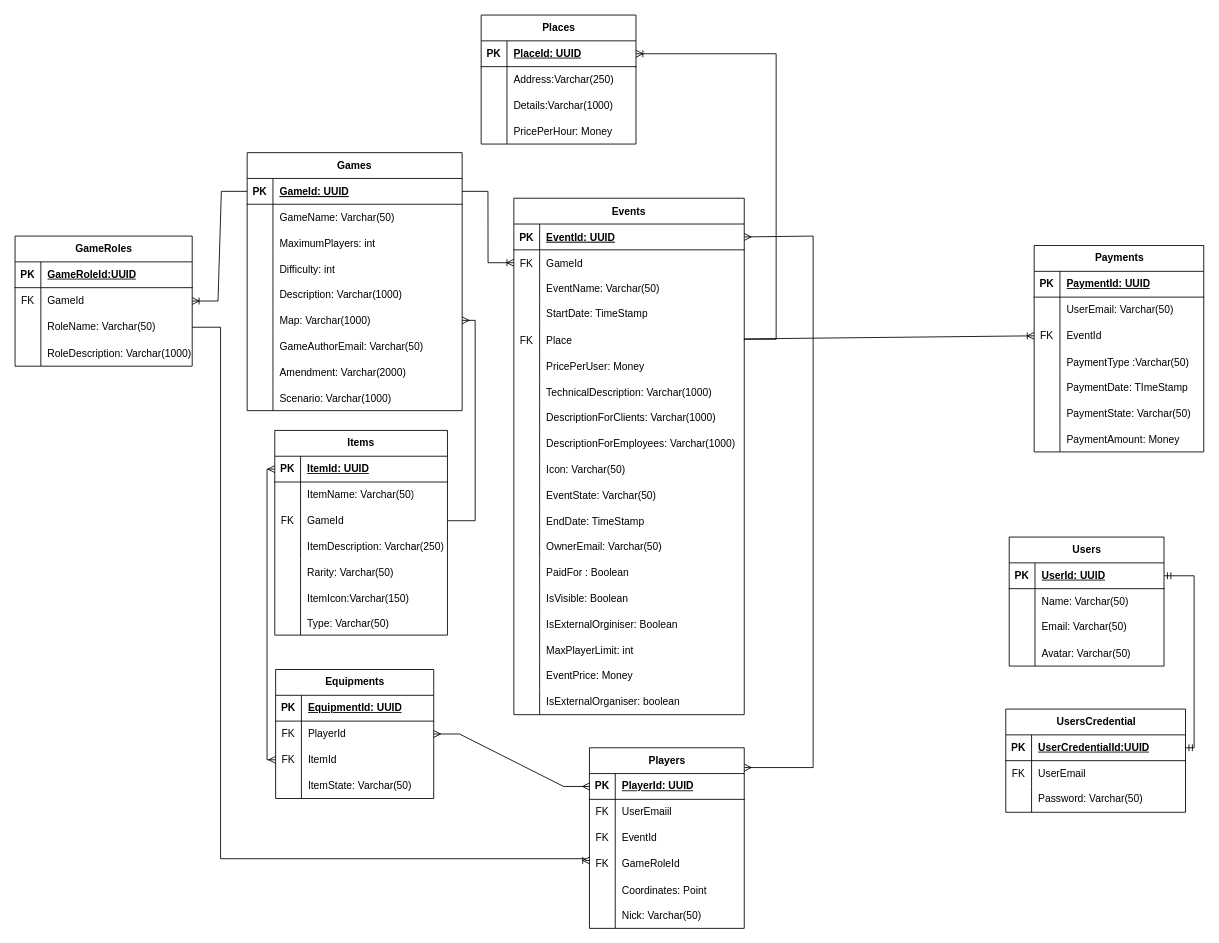
Above: diagrams/ERD.drawio in PO-2023Z/larpex-db (draw.io), before the change. Source tidied: cells renumbered, new cells numbered last; positions are measured from the earlier drawing's top-left corner, leaving out a move shared by most shapes. Both pictures are drawn from the tidied source at 86%, with x=0, y=0 at pixel (15, 15).
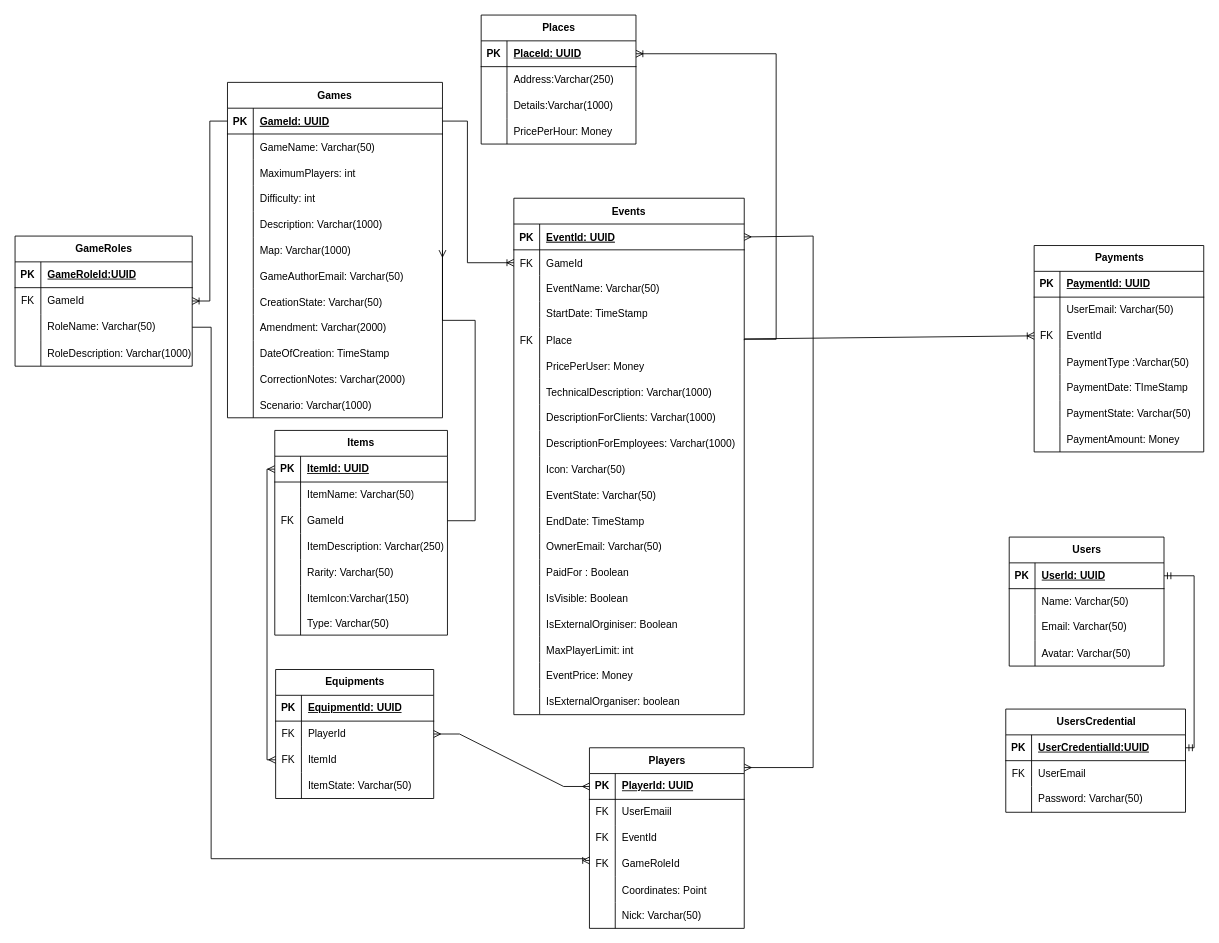
The same page after the edit.

The change refers to these unchanged cells:
```xml
<mxCell id="6" style="shape=partialRectangle;fillColor=none;points=[[0,0.5],[1,0.5]];portConstraint=eastwest;top=0;left=0;right=0;bottom=0;" parent="2" vertex="1">
  <mxGeometry y="60" width="267.9" height="30" as="geometry" />
</mxCell>
<mxCell id="61" style="shape=partialRectangle;fillColor=none;points=[[0,0.5],[1,0.5]];portConstraint=eastwest;top=0;left=0;right=0;bottom=1;" parent="60" vertex="1">
  <mxGeometry y="30" width="250" height="30" as="geometry" />
</mxCell>
<mxCell id="118" style="shape=tableRow;horizontal=0;startSize=0;swimlaneHead=0;swimlaneBody=0;fillColor=none;points=[[0,0.5],[1,0.5]];portConstraint=eastwest;top=0;left=0;right=0;bottom=0;" parent="114" vertex="1">
  <mxGeometry y="60" width="206" height="31" as="geometry" />
</mxCell>
<mxCell id="121" style="shape=tableRow;horizontal=0;startSize=0;swimlaneHead=0;swimlaneBody=0;fillColor=none;points=[[0,0.5],[1,0.5]];portConstraint=eastwest;top=0;left=0;right=0;bottom=0;" parent="114" vertex="1">
  <mxGeometry y="91" width="206" height="30" as="geometry" />
</mxCell>
<mxCell id="137" style="shape=tableRow;horizontal=0;startSize=0;swimlaneHead=0;swimlaneBody=0;fillColor=none;points=[[0,0.5],[1,0.5]];portConstraint=eastwest;top=0;left=0;right=0;bottom=0;" parent="127" vertex="1">
  <mxGeometry y="120" width="180" height="30" as="geometry" />
</mxCell>
```

The edit, as a diff of the source:
```diff
@@
     <mxCell id="60" value="Games" style="shape=table;startSize=30;childLayout=tableLayout;rowLines=0;fontStyle=1;align=center;" parent="1" vertex="1">
-      <mxGeometry x="269.9" y="160" width="250" height="300" as="geometry" />
+      <mxGeometry x="247" y="78.3" width="250" height="390" as="geometry" />
     </mxCell>
@@
+    <mxCell id="225" style="shape=tableRow;horizontal=0;startSize=0;swimlaneHead=0;swimlaneBody=0;fillColor=none;top=0;left=0;right=0;bottom=0;" parent="60" vertex="1">
+      <mxGeometry y="240" width="250" height="30" as="geometry" />
+    </mxCell>
+    <mxCell id="226" style="shape=partialRectangle;fillColor=none;top=0;left=0;bottom=0;right=0;overflow=hidden;" parent="225" vertex="1">
+      <mxGeometry width="30" height="30" as="geometry" />
+    </mxCell>
+    <mxCell id="227" value="CreationState: Varchar(50)" style="shape=partialRectangle;fillColor=none;top=0;left=0;bottom=0;right=0;align=left;spacingLeft=6;overflow=hidden;" parent="225" vertex="1">
+      <mxGeometry x="30" width="220" height="30" as="geometry" />
+    </mxCell>
     <mxCell id="82" style="shape=tableRow;horizontal=0;startSize=0;swimlaneHead=0;swimlaneBody=0;fillColor=none;top=0;left=0;right=0;bottom=0;" parent="60" vertex="1">
-      <mxGeometry y="240" width="250" height="30" as="geometry" />
+      <mxGeometry y="270" width="250" height="30" as="geometry" />
     </mxCell>
@@
+    <mxCell id="228" style="shape=tableRow;horizontal=0;startSize=0;swimlaneHead=0;swimlaneBody=0;fillColor=none;top=0;left=0;right=0;bottom=0;" parent="60" vertex="1">
+      <mxGeometry y="300" width="250" height="30" as="geometry" />
+    </mxCell>
+    <mxCell id="229" style="shape=partialRectangle;fillColor=none;top=0;left=0;bottom=0;right=0;overflow=hidden;" parent="228" vertex="1">
+      <mxGeometry width="30" height="30" as="geometry" />
+    </mxCell>
+    <mxCell id="230" value="DateOfCreation: TimeStamp" style="shape=partialRectangle;fillColor=none;top=0;left=0;bottom=0;right=0;align=left;spacingLeft=6;overflow=hidden;" parent="228" vertex="1">
+      <mxGeometry x="30" width="220" height="30" as="geometry" />
+    </mxCell>
+    <mxCell id="231" style="shape=tableRow;horizontal=0;startSize=0;swimlaneHead=0;swimlaneBody=0;fillColor=none;top=0;left=0;right=0;bottom=0;" parent="60" vertex="1">
+      <mxGeometry y="330" width="250" height="30" as="geometry" />
+    </mxCell>
+    <mxCell id="232" style="shape=partialRectangle;fillColor=none;top=0;left=0;bottom=0;right=0;overflow=hidden;" parent="231" vertex="1">
+      <mxGeometry width="30" height="30" as="geometry" />
+    </mxCell>
+    <mxCell id="233" value="CorrectionNotes: Varchar(2000)" style="shape=partialRectangle;fillColor=none;top=0;left=0;bottom=0;right=0;align=left;spacingLeft=6;overflow=hidden;" parent="231" vertex="1">
+      <mxGeometry x="30" width="220" height="30" as="geometry" />
+    </mxCell>
     <mxCell id="85" style="shape=tableRow;horizontal=0;startSize=0;swimlaneHead=0;swimlaneBody=0;fillColor=none;top=0;left=0;right=0;bottom=0;" parent="60" vertex="1">
-      <mxGeometry y="270" width="250" height="30" as="geometry" />
+      <mxGeometry y="360" width="250" height="30" as="geometry" />
     </mxCell>
@@
-    <mxCell id="215" style="edgeStyle=entityRelationEdgeStyle;fontSize=12;html=1;endArrow=ERoneToMany;rounded=0;exitX=1;exitY=0.5;exitDx=0;exitDy=0;entryX=0;entryY=0.5;entryDx=0;entryDy=0;" parent="1" edge="1" source="61" target="6">
+    <mxCell id="215" style="edgeStyle=orthogonalEdgeStyle;fontSize=12;html=1;endArrow=ERoneToMany;rounded=0;exitX=1;exitY=0.5;exitDx=0;exitDy=0;entryX=0;entryY=0.5;entryDx=0;entryDy=0;" parent="1" edge="1" source="61" target="6">
       <mxGeometry relative="1" as="geometry">
         <Array as="points">
-          <mxPoint x="549" y="281" />
+          <mxPoint x="526" y="123" />
+          <mxPoint x="526" y="288" />
         </Array>
       </mxGeometry>
     </mxCell>
-    <mxCell id="216" style="edgeStyle=entityRelationEdgeStyle;fontSize=12;html=1;endArrow=ERoneToMany;rounded=0;exitX=0;exitY=0.5;exitDx=0;exitDy=0;entryX=1;entryY=0.5;entryDx=0;entryDy=0;" parent="1" edge="1" source="61" target="118">
+    <mxCell id="216" style="edgeStyle=orthogonalEdgeStyle;fontSize=12;html=1;endArrow=ERoneToMany;rounded=0;exitX=0;exitY=0.5;exitDx=0;exitDy=0;entryX=1;entryY=0.5;entryDx=0;entryDy=0;" parent="1" edge="1" source="61" target="118">
       <mxGeometry relative="1" as="geometry" />
     </mxCell>
@@
     <mxCell id="220" style="edgeStyle=orthogonalEdgeStyle;fontSize=12;html=1;endArrow=ERoneToMany;rounded=0;exitX=1;exitY=0.5;exitDx=0;exitDy=0;entryX=0.001;entryY=0.367;entryDx=0;entryDy=0;entryPerimeter=0;" parent="1" edge="1" source="121" target="137">
       <mxGeometry relative="1" as="geometry">
         <Array as="points">
-          <mxPoint x="239" y="363" />
-          <mxPoint x="239" y="981" />
+          <mxPoint x="228" y="363" />
+          <mxPoint x="228" y="981" />
           <mxPoint x="663" y="981" />
           <mxPoint x="663" y="983" />
         </Array>
       </mxGeometry>
     </mxCell>
```
